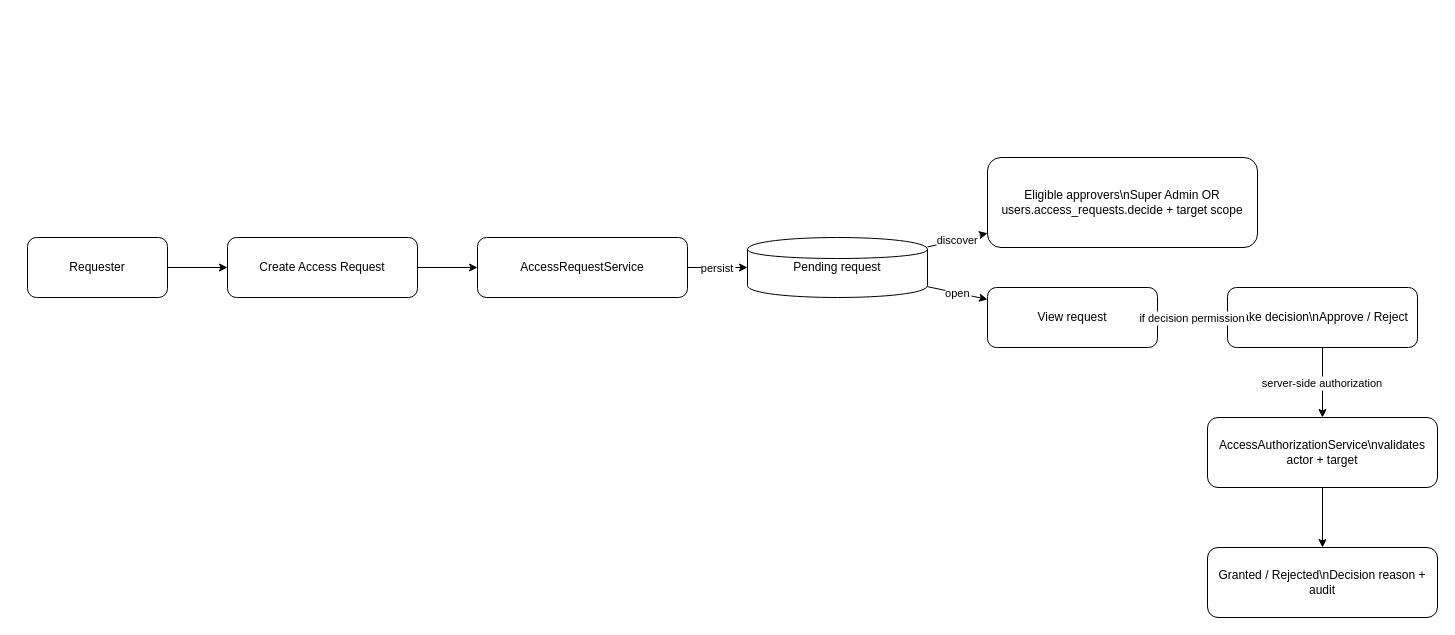
ArtecCo/ccod_v1 keeps this draw.io diagram as docs/architecture/04-access-requests.drawio. Above is the earlier version. Source tidied: cells renumbered, new cells numbered last; positions are measured from the earlier drawing's top-left corner, leaving out a move shared by most shapes. Both pictures are drawn from the tidied source at 100%, with x=0, y=0 at pixel (27, 157).
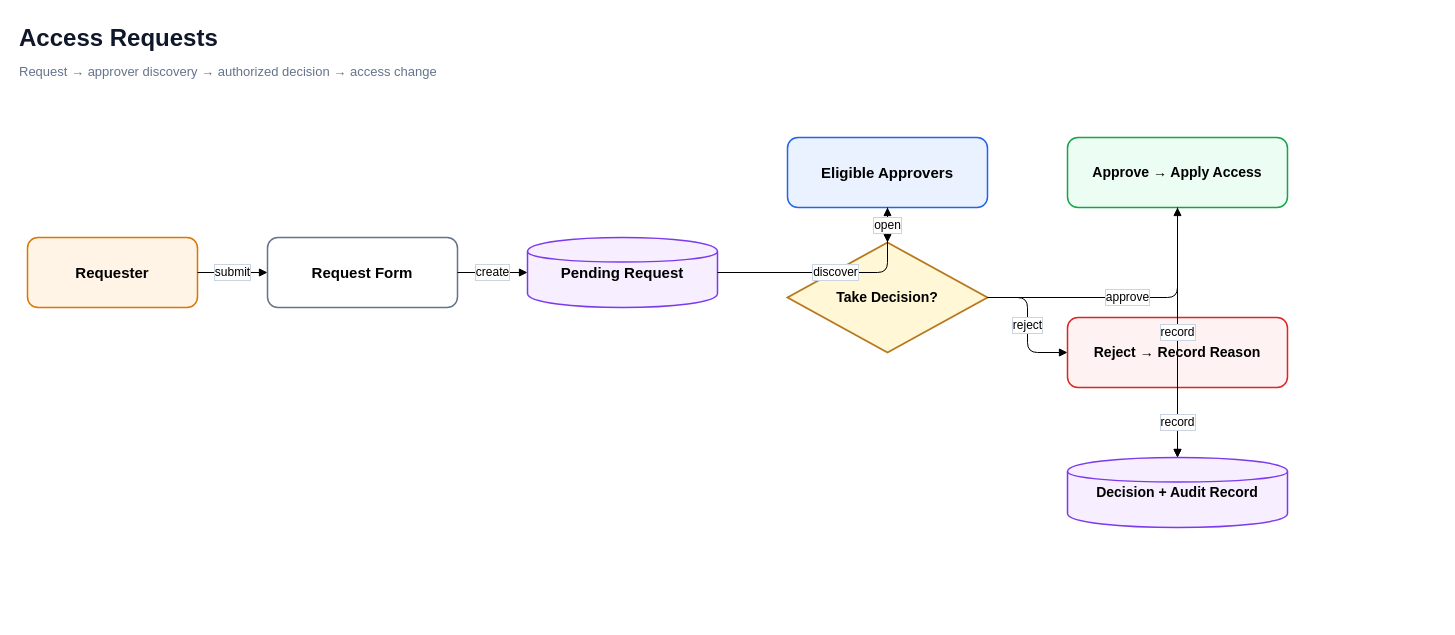
The same diagram, later.

Commit message:
docs: redesign access requests diagram

Diff of the diagram source:
```diff
@@
 <mxGraphModel>
   <root>
     <mxCell id="0" />
     <mxCell id="1" parent="0" />
+    <mxCell id="19" value="Access Requests" style="text;html=1;fontSize=24;fontStyle=1;fontColor=#0F172A;" parent="1" vertex="1">
+      <mxGeometry x="-10" y="-140" width="600" height="40" as="geometry" />
+    </mxCell>
+    <mxCell id="20" value="Request → approver discovery → authorized decision → access change" style="text;html=1;fontSize=13;fontColor=#64748B;" parent="1" vertex="1">
+      <mxGeometry x="-10" y="-100" width="900" height="30" as="geometry" />
+    </mxCell>
-    <mxCell id="2" value="Requester" style="rounded=1;whiteSpace=wrap;html=1;" parent="1" vertex="1">
-      <mxGeometry y="80" width="140" height="60" as="geometry" />
+    <mxCell id="2" value="Requester" style="rounded=1;whiteSpace=wrap;html=1;fillColor=#FFF4E5;strokeColor=#D97706;strokeWidth=1.5;fontSize=15;fontStyle=1;" parent="1" vertex="1">
+      <mxGeometry y="80" width="170" height="70" as="geometry" />
     </mxCell>
-    <mxCell id="3" value="Create Access Request" style="rounded=1;whiteSpace=wrap;html=1;" parent="1" vertex="1">
-      <mxGeometry x="200" y="80" width="190" height="60" as="geometry" />
-    </mxCell>
-    <mxCell id="4" value="AccessRequestService" style="rounded=1;whiteSpace=wrap;html=1;" parent="1" vertex="1">
-      <mxGeometry x="450" y="80" width="210" height="60" as="geometry" />
-    </mxCell>
-    <mxCell id="5" value="Pending request" style="shape=cylinder;whiteSpace=wrap;html=1;" parent="1" vertex="1">
-      <mxGeometry x="720" y="80" width="180" height="60" as="geometry" />
-    </mxCell>
-    <mxCell id="6" value="Eligible approvers\nSuper Admin OR users.access_requests.decide + target scope" style="rounded=1;whiteSpace=wrap;html=1;" parent="1" vertex="1">
-      <mxGeometry x="960" width="270" height="90" as="geometry" />
-    </mxCell>
-    <mxCell id="7" value="View request" style="rounded=1;whiteSpace=wrap;html=1;" parent="1" vertex="1">
-      <mxGeometry x="960" y="130" width="170" height="60" as="geometry" />
-    </mxCell>
-    <mxCell id="8" value="Take decision\nApprove / Reject" style="rounded=1;whiteSpace=wrap;html=1;" parent="1" vertex="1">
-      <mxGeometry x="1200" y="130" width="190" height="60" as="geometry" />
-    </mxCell>
-    <mxCell id="9" value="AccessAuthorizationService\nvalidates actor + target" style="rounded=1;whiteSpace=wrap;html=1;" parent="1" vertex="1">
-      <mxGeometry x="1180" y="260" width="230" height="70" as="geometry" />
-    </mxCell>
-    <mxCell id="10" value="Granted / Rejected\nDecision reason + audit" style="rounded=1;whiteSpace=wrap;html=1;" parent="1" vertex="1">
-      <mxGeometry x="1180" y="390" width="230" height="70" as="geometry" />
-    </mxCell>
+    <mxCell id="21" value="Request Form" style="rounded=1;whiteSpace=wrap;html=1;fillColor=#FFFFFF;strokeColor=#64748B;strokeWidth=1.5;fontSize=15;fontStyle=1;" parent="1" vertex="1">
+      <mxGeometry x="240" y="80" width="190" height="70" as="geometry" />
+    </mxCell>
+    <mxCell id="22" value="Pending Request" style="shape=cylinder;whiteSpace=wrap;html=1;fillColor=#F7EEFF;strokeColor=#7C3AED;strokeWidth=1.5;fontSize=15;fontStyle=1;" parent="1" vertex="1">
+      <mxGeometry x="500" y="80" width="190" height="70" as="geometry" />
+    </mxCell>
+    <mxCell id="23" value="Eligible Approvers" style="rounded=1;whiteSpace=wrap;html=1;fillColor=#EAF2FF;strokeColor=#2563EB;strokeWidth=1.5;fontSize=15;fontStyle=1;" parent="1" vertex="1">
+      <mxGeometry x="760" y="-20" width="200" height="70" as="geometry" />
+    </mxCell>
+    <mxCell id="24" value="Take Decision?" style="rhombus;whiteSpace=wrap;html=1;fillColor=#FFF7D6;strokeColor=#B7791F;strokeWidth=1.8;fontSize=14;fontStyle=1;" parent="1" vertex="1">
+      <mxGeometry x="760" y="85" width="200" height="110" as="geometry" />
+    </mxCell>
+    <mxCell id="25" value="Approve → Apply Access" style="rounded=1;whiteSpace=wrap;html=1;fillColor=#ECFDF3;strokeColor=#16A34A;strokeWidth=1.5;fontSize=14;fontStyle=1;" parent="1" vertex="1">
+      <mxGeometry x="1040" y="-20" width="220" height="70" as="geometry" />
+    </mxCell>
+    <mxCell id="26" value="Reject → Record Reason" style="rounded=1;whiteSpace=wrap;html=1;fillColor=#FEF2F2;strokeColor=#DC2626;strokeWidth=1.5;fontSize=14;fontStyle=1;" parent="1" vertex="1">
+      <mxGeometry x="1040" y="160" width="220" height="70" as="geometry" />
+    </mxCell>
+    <mxCell id="27" value="Decision + Audit Record" style="shape=cylinder;whiteSpace=wrap;html=1;fillColor=#F7EEFF;strokeColor=#7C3AED;strokeWidth=1.5;fontSize=14;fontStyle=1;" parent="1" vertex="1">
+      <mxGeometry x="1040" y="300" width="220" height="70" as="geometry" />
+    </mxCell>
-    <mxCell id="11" parent="1" edge="1" source="2" target="3">
+    <mxCell id="11" value="submit" style="edgeStyle=orthogonalEdgeStyle;endArrow=block;html=1;labelBackgroundColor=#FFFFFF;labelBorderColor=#CBD5E1;fontSize=12;" parent="1" edge="1" source="2" target="21">
       <mxGeometry relative="1" as="geometry" />
     </mxCell>
-    <mxCell id="12" parent="1" edge="1" source="3" target="4">
+    <mxCell id="12" value="create" style="edgeStyle=orthogonalEdgeStyle;endArrow=block;html=1;labelBackgroundColor=#FFFFFF;labelBorderColor=#CBD5E1;fontSize=12;" parent="1" edge="1" source="21" target="22">
       <mxGeometry relative="1" as="geometry" />
     </mxCell>
-    <mxCell id="13" value="persist" parent="1" edge="1" source="4" target="5">
+    <mxCell id="13" value="discover" style="edgeStyle=orthogonalEdgeStyle;endArrow=block;html=1;labelBackgroundColor=#FFFFFF;labelBorderColor=#CBD5E1;fontSize=12;" parent="1" edge="1" source="22" target="23">
       <mxGeometry relative="1" as="geometry" />
     </mxCell>
-    <mxCell id="14" value="discover" parent="1" edge="1" source="5" target="6">
+    <mxCell id="14" value="open" style="edgeStyle=orthogonalEdgeStyle;endArrow=block;html=1;labelBackgroundColor=#FFFFFF;labelBorderColor=#CBD5E1;fontSize=12;" parent="1" edge="1" source="23" target="24">
       <mxGeometry relative="1" as="geometry" />
     </mxCell>
-    <mxCell id="15" value="open" parent="1" edge="1" source="5" target="7">
+    <mxCell id="15" value="approve" style="edgeStyle=orthogonalEdgeStyle;endArrow=block;html=1;labelBackgroundColor=#FFFFFF;labelBorderColor=#CBD5E1;fontSize=12;" parent="1" edge="1" source="24" target="25">
       <mxGeometry relative="1" as="geometry" />
     </mxCell>
-    <mxCell id="16" value="if decision permission" parent="1" edge="1" source="7" target="8">
+    <mxCell id="16" value="reject" style="edgeStyle=orthogonalEdgeStyle;endArrow=block;html=1;labelBackgroundColor=#FFFFFF;labelBorderColor=#CBD5E1;fontSize=12;" parent="1" edge="1" source="24" target="26">
       <mxGeometry relative="1" as="geometry" />
     </mxCell>
-    <mxCell id="17" value="server-side authorization" parent="1" edge="1" source="8" target="9">
+    <mxCell id="17" value="record" style="edgeStyle=orthogonalEdgeStyle;endArrow=block;html=1;labelBackgroundColor=#FFFFFF;labelBorderColor=#CBD5E1;fontSize=12;" parent="1" edge="1" source="25" target="27">
       <mxGeometry relative="1" as="geometry" />
     </mxCell>
-    <mxCell id="18" parent="1" edge="1" source="9" target="10">
+    <mxCell id="18" value="record" style="edgeStyle=orthogonalEdgeStyle;endArrow=block;html=1;labelBackgroundColor=#FFFFFF;labelBorderColor=#CBD5E1;fontSize=12;" parent="1" edge="1" source="26" target="27">
       <mxGeometry relative="1" as="geometry" />
     </mxCell>
   </root>
 </mxGraphModel>
```
